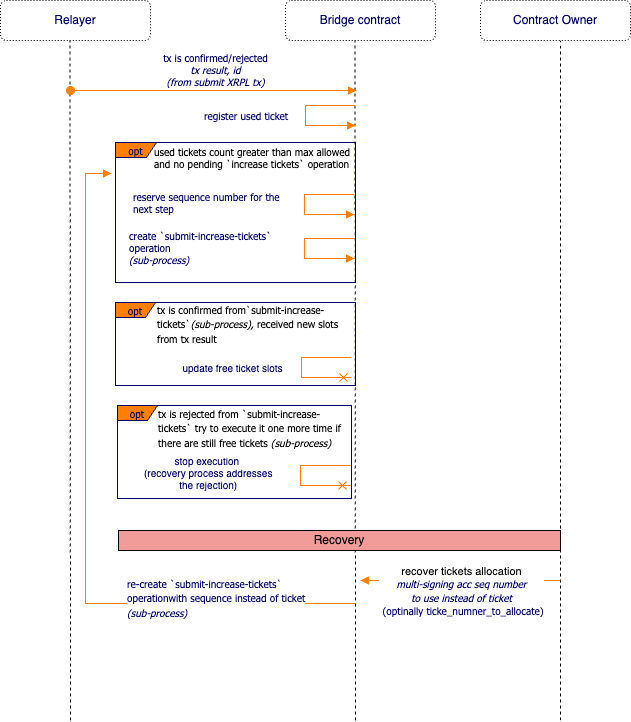
Earlier version of the draw.io export spec/img/allocate-ticket.png (CoreumFoundation/coreumbridge-xrpl). Source tidied: cells renumbered, new cells last; positions are measured from the earlier drawing's top-left corner, leaving out a move shared by most shapes.
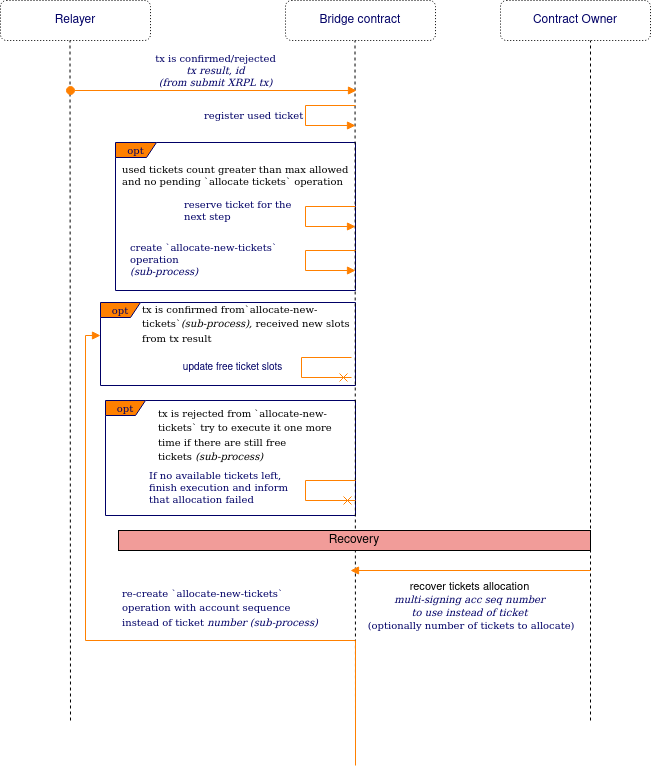
After the change.

Change to the diagram source:
```diff
@@ -3,16 +3,16 @@
     <mxCell id="0" />
     <mxCell id="1" parent="0" />
     <mxCell id="2" value="opt" style="shape=umlFrame;whiteSpace=wrap;html=1;strokeColor=#000066;fillColor=#FF8000;fontFamily=Tahoma;fontSize=10;fontColor=#000066;align=center;width=40;height=15;" parent="1" vertex="1">
-      <mxGeometry x="115" y="302" width="240" height="83" as="geometry" />
+      <mxGeometry x="100" y="302" width="255" height="83" as="geometry" />
     </mxCell>
-    <mxCell id="3" value="&lt;span style=&quot;font-family: Tahoma; font-size: 10px; font-style: normal; font-variant-ligatures: normal; font-variant-caps: normal; font-weight: 400; letter-spacing: normal; orphans: 2; text-align: left; text-indent: 0px; text-transform: none; widows: 2; word-spacing: 0px; -webkit-text-stroke-width: 0px; background-color: rgb(255, 255, 255); text-decoration-thickness: initial; text-decoration-style: initial; text-decoration-color: initial; float: none; display: inline !important;&quot;&gt;tx is confirmed from&lt;/span&gt;&lt;span style=&quot;font-family: Tahoma; font-size: 10px; font-style: normal; font-variant-ligatures: normal; font-variant-caps: normal; font-weight: 400; letter-spacing: normal; orphans: 2; text-align: left; text-indent: 0px; text-transform: none; widows: 2; word-spacing: 0px; -webkit-text-stroke-width: 0px; background-color: rgb(255, 255, 255); text-decoration-thickness: initial; text-decoration-style: initial; text-decoration-color: initial; float: none; display: inline !important;&quot;&gt;`submit-increase-tickets`&lt;/span&gt;&lt;span style=&quot;border-color: var(--border-color); font-family: Tahoma; font-size: 10px; font-style: normal; font-variant-ligatures: normal; font-variant-caps: normal; font-weight: 400; letter-spacing: normal; orphans: 2; text-align: left; text-indent: 0px; text-transform: none; widows: 2; word-spacing: 0px; -webkit-text-stroke-width: 0px; text-decoration-thickness: initial; text-decoration-style: initial; text-decoration-color: initial;&quot;&gt;&lt;i style=&quot;border-color: var(--border-color);&quot;&gt;(sub-process),&amp;nbsp;&lt;/i&gt;received new slots &lt;br&gt;from tx result&lt;/span&gt;" style="text;whiteSpace=wrap;html=1;fontColor=#000000;" parent="1" vertex="1">
-      <mxGeometry x="155" y="296" width="210" height="56" as="geometry" />
+    <mxCell id="3" value="&lt;span style=&quot;font-family: Tahoma; font-size: 10px; font-style: normal; font-variant-ligatures: normal; font-variant-caps: normal; font-weight: 400; letter-spacing: normal; orphans: 2; text-align: left; text-indent: 0px; text-transform: none; widows: 2; word-spacing: 0px; -webkit-text-stroke-width: 0px; background-color: rgb(255, 255, 255); text-decoration-thickness: initial; text-decoration-style: initial; text-decoration-color: initial; float: none; display: inline !important;&quot;&gt;tx is confirmed from&lt;/span&gt;&lt;span style=&quot;font-family: Tahoma; font-size: 10px; font-style: normal; font-variant-ligatures: normal; font-variant-caps: normal; font-weight: 400; letter-spacing: normal; orphans: 2; text-align: left; text-indent: 0px; text-transform: none; widows: 2; word-spacing: 0px; -webkit-text-stroke-width: 0px; background-color: rgb(255, 255, 255); text-decoration-thickness: initial; text-decoration-style: initial; text-decoration-color: initial; float: none; display: inline !important;&quot;&gt;`allocate-new-tickets`&lt;/span&gt;&lt;span style=&quot;border-color: var(--border-color); font-family: Tahoma; font-size: 10px; font-style: normal; font-variant-ligatures: normal; font-variant-caps: normal; font-weight: 400; letter-spacing: normal; orphans: 2; text-align: left; text-indent: 0px; text-transform: none; widows: 2; word-spacing: 0px; -webkit-text-stroke-width: 0px; text-decoration-thickness: initial; text-decoration-style: initial; text-decoration-color: initial;&quot;&gt;&lt;i style=&quot;border-color: var(--border-color);&quot;&gt;(sub-process),&amp;nbsp;&lt;/i&gt;received new slots &lt;br&gt;from tx result&lt;/span&gt;" style="text;whiteSpace=wrap;html=1;fontColor=#000000;" parent="1" vertex="1">
+      <mxGeometry x="140" y="296" width="210" height="56" as="geometry" />
     </mxCell>
     <mxCell id="4" value="opt" style="shape=umlFrame;whiteSpace=wrap;html=1;strokeColor=#000066;fillColor=#FF8000;fontFamily=Tahoma;fontSize=10;fontColor=#000066;align=center;width=40;height=15;" parent="1" vertex="1">
-      <mxGeometry x="117" y="405" width="234" height="93" as="geometry" />
+      <mxGeometry x="105" y="400" width="250" height="115" as="geometry" />
     </mxCell>
     <mxCell id="5" value="opt" style="shape=umlFrame;whiteSpace=wrap;html=1;strokeColor=#000066;fillColor=#FF8000;fontFamily=Tahoma;fontSize=10;fontColor=#000066;align=center;width=41;height=15;" parent="1" vertex="1">
-      <mxGeometry x="115" y="142" width="240" height="140" as="geometry" />
+      <mxGeometry x="115" y="142" width="240" height="148" as="geometry" />
     </mxCell>
     <mxCell id="6" value="Relayer" style="rounded=1;whiteSpace=wrap;html=1;fillColor=none;dashed=1;fontColor=#000066;dashPattern=1 2;" parent="1" vertex="1">
       <mxGeometry width="150" height="40" as="geometry" />
@@ -48,26 +48,26 @@
         </Array>
       </mxGeometry>
     </mxCell>
-    <mxCell id="13" value="&lt;span style=&quot;border-color: var(--border-color);&quot;&gt;&lt;div style=&quot;border-color: var(--border-color); font-family: Helvetica; text-align: center;&quot;&gt;stop execution&amp;nbsp;&lt;/div&gt;&lt;div style=&quot;border-color: var(--border-color); font-family: Helvetica; text-align: center;&quot;&gt;(recovery process addresses &lt;br&gt;the rejection)&lt;/div&gt;&lt;/span&gt;" style="edgeStyle=orthogonalEdgeStyle;html=1;align=left;spacingLeft=2;endArrow=cross;rounded=0;strokeColor=#FF8000;fontFamily=Tahoma;fontSize=10;fontColor=#000066;endFill=0;" parent="1" edge="1">
+    <mxCell id="13" value="If no available tickets left,&lt;br&gt;finish execution and inform&lt;br&gt;that allocation failed" style="edgeStyle=orthogonalEdgeStyle;html=1;align=left;spacingLeft=2;endArrow=cross;rounded=0;strokeColor=#FF8000;fontFamily=Tahoma;fontSize=10;fontColor=#000066;endFill=0;" parent="1" edge="1">
       <mxGeometry x="-0.05" y="-160" relative="1" as="geometry">
-        <mxPoint x="350" y="465" as="sourcePoint" />
-        <mxPoint x="350" y="485" as="targetPoint" />
+        <mxPoint x="355" y="480" as="sourcePoint" />
+        <mxPoint x="355" y="500" as="targetPoint" />
         <Array as="points">
-          <mxPoint x="300" y="465" />
-          <mxPoint x="300" y="485" />
+          <mxPoint x="305" y="480" />
+          <mxPoint x="305" y="500" />
         </Array>
       </mxGeometry>
     </mxCell>
-    <mxCell id="14" value="used tickets count greater than max allowed&lt;br&gt;and no pending `increase tickets` operation" style="text;html=1;align=left;verticalAlign=top;spacingTop=-4;fontSize=10;fontFamily=Tahoma;fontColor=#000000;" parent="1" vertex="1">
-      <mxGeometry x="152" y="143" width="220" height="30" as="geometry" />
+    <mxCell id="14" value="used tickets count greater than max allowed&lt;br&gt;and no pending `allocate tickets` operation" style="text;html=1;align=left;verticalAlign=top;spacingTop=-4;fontSize=10;fontFamily=Tahoma;fontColor=#000000;" parent="1" vertex="1">
+      <mxGeometry x="120" y="160" width="250" height="30" as="geometry" />
     </mxCell>
-    <mxCell id="15" value="create `submit-increase-tickets`&lt;br&gt;operation&lt;br&gt;&lt;i&gt;(sub-process)&lt;/i&gt;" style="edgeStyle=orthogonalEdgeStyle;html=1;align=left;spacingLeft=2;endArrow=block;rounded=0;strokeColor=#FF8000;fontFamily=Tahoma;fontSize=10;fontColor=#000066;endFill=1;" parent="1" edge="1">
+    <mxCell id="15" value="create `allocate-new-tickets`&lt;br&gt;operation&lt;br&gt;&lt;i&gt;(sub-process)&lt;/i&gt;" style="edgeStyle=orthogonalEdgeStyle;html=1;align=left;spacingLeft=2;endArrow=block;rounded=0;strokeColor=#FF8000;fontFamily=Tahoma;fontSize=10;fontColor=#000066;endFill=1;" parent="1" edge="1">
       <mxGeometry x="-0.02" y="-179" relative="1" as="geometry">
-        <mxPoint x="354" y="238" as="sourcePoint" />
-        <mxPoint x="354" y="258" as="targetPoint" />
+        <mxPoint x="355" y="250" as="sourcePoint" />
+        <mxPoint x="355" y="270" as="targetPoint" />
         <Array as="points">
-          <mxPoint x="304" y="238" />
-          <mxPoint x="304" y="258" />
+          <mxPoint x="305" y="250" />
+          <mxPoint x="305" y="270" />
         </Array>
       </mxGeometry>
     </mxCell>
@@ -86,20 +86,20 @@
         <mxPoint x="-66" y="2" as="offset" />
       </mxGeometry>
     </mxCell>
-    <mxCell id="18" value="&lt;span style=&quot;font-family: Tahoma; font-size: 10px; font-style: normal; font-variant-ligatures: normal; font-variant-caps: normal; font-weight: 400; letter-spacing: normal; orphans: 2; text-align: left; text-indent: 0px; text-transform: none; widows: 2; word-spacing: 0px; -webkit-text-stroke-width: 0px; background-color: rgb(255, 255, 255); text-decoration-thickness: initial; text-decoration-style: initial; text-decoration-color: initial; float: none; display: inline !important;&quot;&gt;tx is rejected from&amp;nbsp;&lt;/span&gt;&lt;span style=&quot;font-family: Tahoma; font-size: 10px; font-style: normal; font-variant-ligatures: normal; font-variant-caps: normal; font-weight: 400; letter-spacing: normal; orphans: 2; text-align: left; text-indent: 0px; text-transform: none; widows: 2; word-spacing: 0px; -webkit-text-stroke-width: 0px; background-color: rgb(255, 255, 255); text-decoration-thickness: initial; text-decoration-style: initial; text-decoration-color: initial; float: none; display: inline !important;&quot;&gt;`submit-increase-tickets` try to execute it one more time if there are still free tickets&amp;nbsp;&lt;/span&gt;&lt;span style=&quot;border-color: var(--border-color); font-family: Tahoma; font-size: 10px; font-style: normal; font-variant-ligatures: normal; font-variant-caps: normal; font-weight: 400; letter-spacing: normal; orphans: 2; text-align: left; text-indent: 0px; text-transform: none; widows: 2; word-spacing: 0px; -webkit-text-stroke-width: 0px; text-decoration-thickness: initial; text-decoration-style: initial; text-decoration-color: initial;&quot;&gt;&lt;i style=&quot;border-color: var(--border-color);&quot;&gt;(sub-process)&lt;/i&gt;&lt;/span&gt;" style="text;whiteSpace=wrap;html=1;fontColor=#000000;" parent="1" vertex="1">
+    <mxCell id="18" value="&lt;span style=&quot;font-family: Tahoma; font-size: 10px; font-style: normal; font-variant-ligatures: normal; font-variant-caps: normal; font-weight: 400; letter-spacing: normal; orphans: 2; text-align: left; text-indent: 0px; text-transform: none; widows: 2; word-spacing: 0px; -webkit-text-stroke-width: 0px; background-color: rgb(255, 255, 255); text-decoration-thickness: initial; text-decoration-style: initial; text-decoration-color: initial; float: none; display: inline !important;&quot;&gt;tx is rejected from&amp;nbsp;&lt;/span&gt;&lt;span style=&quot;font-family: Tahoma; font-size: 10px; font-style: normal; font-variant-ligatures: normal; font-variant-caps: normal; font-weight: 400; letter-spacing: normal; orphans: 2; text-align: left; text-indent: 0px; text-transform: none; widows: 2; word-spacing: 0px; -webkit-text-stroke-width: 0px; background-color: rgb(255, 255, 255); text-decoration-thickness: initial; text-decoration-style: initial; text-decoration-color: initial; float: none; display: inline !important;&quot;&gt;`allocate-new-tickets` try to execute it one more time if there are still free tickets&amp;nbsp;&lt;/span&gt;&lt;span style=&quot;border-color: var(--border-color); font-family: Tahoma; font-size: 10px; font-style: normal; font-variant-ligatures: normal; font-variant-caps: normal; font-weight: 400; letter-spacing: normal; orphans: 2; text-align: left; text-indent: 0px; text-transform: none; widows: 2; word-spacing: 0px; -webkit-text-stroke-width: 0px; text-decoration-thickness: initial; text-decoration-style: initial; text-decoration-color: initial;&quot;&gt;&lt;i style=&quot;border-color: var(--border-color);&quot;&gt;(sub-process)&lt;/i&gt;&lt;/span&gt;" style="text;whiteSpace=wrap;html=1;fontColor=#000000;" parent="1" vertex="1">
       <mxGeometry x="156" y="400" width="194" height="38" as="geometry" />
     </mxCell>
     <mxCell id="19" value="Recovery" style="rounded=0;whiteSpace=wrap;html=1;fillColor=#F19C99;" parent="1" vertex="1">
-      <mxGeometry x="118" y="530" width="442" height="20" as="geometry" />
+      <mxGeometry x="118" y="530" width="472" height="20" as="geometry" />
     </mxCell>
     <mxCell id="20" value="&lt;span style=&quot;border-color: var(--border-color); text-align: center;&quot;&gt;&lt;br&gt;&lt;/span&gt;" style="edgeStyle=orthogonalEdgeStyle;html=1;align=left;spacingLeft=2;endArrow=block;rounded=0;strokeColor=#FF8000;fontFamily=Tahoma;fontSize=10;fontColor=#000066;endFill=1;" parent="1" edge="1">
       <mxGeometry x="-1" y="-72" relative="1" as="geometry">
-        <mxPoint x="355" y="603" as="sourcePoint" />
-        <mxPoint x="111" y="173" as="targetPoint" />
+        <mxPoint x="355" y="765" as="sourcePoint" />
+        <mxPoint x="100" y="335" as="targetPoint" />
         <Array as="points">
-          <mxPoint x="355" y="603" />
-          <mxPoint x="85" y="603" />
-          <mxPoint x="85" y="173" />
+          <mxPoint x="355" y="640" />
+          <mxPoint x="85" y="640" />
+          <mxPoint x="85" y="335" />
         </Array>
         <mxPoint x="25" y="4" as="offset" />
       </mxGeometry>
@@ -110,38 +110,38 @@
         <mxPoint x="356" y="90" as="targetPoint" />
       </mxGeometry>
     </mxCell>
-    <mxCell id="22" value="reserve sequence number for the &lt;br&gt;next step" style="edgeStyle=orthogonalEdgeStyle;html=1;align=left;spacingLeft=2;endArrow=block;rounded=0;strokeColor=#FF8000;fontFamily=Tahoma;fontSize=10;fontColor=#000066;endFill=1;" parent="1" edge="1">
-      <mxGeometry x="-0.03" y="-175" relative="1" as="geometry">
-        <mxPoint x="354" y="194" as="sourcePoint" />
-        <mxPoint x="354" y="214" as="targetPoint" />
+    <mxCell id="22" value="reserve ticket for the &lt;br&gt;next step" style="edgeStyle=orthogonalEdgeStyle;html=1;align=left;spacingLeft=2;endArrow=block;rounded=0;strokeColor=#FF8000;fontFamily=Tahoma;fontSize=10;fontColor=#000066;endFill=1;" parent="1" edge="1">
+      <mxGeometry x="-0.1" y="-125" relative="1" as="geometry">
+        <mxPoint x="355" y="206" as="sourcePoint" />
+        <mxPoint x="355" y="226" as="targetPoint" />
         <Array as="points">
-          <mxPoint x="304" y="194" />
-          <mxPoint x="304" y="214" />
+          <mxPoint x="305" y="206" />
+          <mxPoint x="305" y="226" />
         </Array>
       </mxGeometry>
     </mxCell>
     <mxCell id="23" style="endArrow=none;dashed=1;html=1;rounded=0;" parent="1" edge="1">
       <mxGeometry relative="1" as="geometry">
-        <mxPoint x="560" y="720" as="sourcePoint" />
-        <mxPoint x="560" y="40" as="targetPoint" />
+        <mxPoint x="590" y="720" as="sourcePoint" />
+        <mxPoint x="590" y="40" as="targetPoint" />
       </mxGeometry>
     </mxCell>
     <mxCell id="24" value="Contract Owner" style="rounded=1;whiteSpace=wrap;html=1;fillColor=none;dashed=1;fontColor=#000066;dashPattern=1 2;" parent="1" vertex="1">
-      <mxGeometry x="480" width="150" height="40" as="geometry" />
+      <mxGeometry x="500" width="150" height="40" as="geometry" />
     </mxCell>
     <mxCell id="25" style="edgeStyle=orthogonalEdgeStyle;html=1;align=left;spacingLeft=2;endArrow=block;rounded=0;strokeColor=#FF8000;fontFamily=Tahoma;fontSize=10;fontColor=#000066;endFill=1;" parent="1" edge="1">
       <mxGeometry relative="1" as="geometry">
-        <mxPoint x="560" y="580" as="sourcePoint" />
-        <mxPoint x="360" y="580" as="targetPoint" />
+        <mxPoint x="590" y="570" as="sourcePoint" />
+        <mxPoint x="350" y="570" as="targetPoint" />
       </mxGeometry>
     </mxCell>
-    <mxCell id="26" value="recover tickets allocation&lt;br style=&quot;border-color: var(--border-color); color: rgb(0, 0, 102); font-family: Tahoma; font-size: 10px;&quot;&gt;&lt;i style=&quot;border-color: var(--border-color); color: rgb(0, 0, 102); font-family: Tahoma; font-size: 10px;&quot;&gt;multi-signing acc seq number&lt;br style=&quot;border-color: var(--border-color);&quot;&gt;to use instead of ticket&lt;/i&gt;&lt;br style=&quot;border-color: var(--border-color); color: rgb(0, 0, 102); font-family: Tahoma; font-size: 10px;&quot;&gt;&lt;span style=&quot;border-color: var(--border-color); color: rgb(0, 0, 102); font-family: Tahoma; font-size: 10px;&quot;&gt;&amp;nbsp;(optinally ticke_numner_to_allocate)&lt;/span&gt;" style="edgeLabel;html=1;align=center;verticalAlign=middle;" parent="25" vertex="1">
+    <mxCell id="26" value="recover tickets allocation&lt;br style=&quot;border-color: var(--border-color); color: rgb(0, 0, 102); font-family: Tahoma; font-size: 10px;&quot;&gt;&lt;i style=&quot;border-color: var(--border-color); color: rgb(0, 0, 102); font-family: Tahoma; font-size: 10px;&quot;&gt;multi-signing acc seq number&lt;br style=&quot;border-color: var(--border-color);&quot;&gt;to use instead of ticket&lt;/i&gt;&lt;br style=&quot;border-color: var(--border-color); color: rgb(0, 0, 102); font-family: Tahoma; font-size: 10px;&quot;&gt;&lt;span style=&quot;border-color: var(--border-color); color: rgb(0, 0, 102); font-family: Tahoma; font-size: 10px;&quot;&gt;&amp;nbsp;(optionally number of tickets to allocate)&lt;/span&gt;" style="edgeLabel;html=1;align=center;verticalAlign=middle;" parent="25" vertex="1">
       <mxGeometry x="0.36" relative="1" as="geometry">
-        <mxPoint x="36" y="10" as="offset" />
+        <mxPoint x="41" y="35" as="offset" />
       </mxGeometry>
     </mxCell>
-    <mxCell id="27" value="&lt;span style=&quot;border-color: var(--border-color); font-style: normal; font-variant-ligatures: normal; font-variant-caps: normal; font-weight: 400; letter-spacing: normal; orphans: 2; text-indent: 0px; text-transform: none; widows: 2; word-spacing: 0px; -webkit-text-stroke-width: 0px; text-decoration-thickness: initial; text-decoration-style: initial; text-decoration-color: initial; color: rgb(0, 0, 102); font-family: Tahoma; font-size: 10px; text-align: center; background-color: rgb(255, 255, 255); float: none; display: inline !important;&quot;&gt;re-create `submit-increase-tickets`&amp;nbsp;&lt;br style=&quot;border-color: var(--border-color);&quot;&gt;&lt;/span&gt;&lt;span style=&quot;border-color: var(--border-color); font-style: normal; font-variant-ligatures: normal; font-variant-caps: normal; font-weight: 400; letter-spacing: normal; orphans: 2; text-align: left; text-indent: 0px; text-transform: none; widows: 2; word-spacing: 0px; -webkit-text-stroke-width: 0px; text-decoration-thickness: initial; text-decoration-style: initial; text-decoration-color: initial; color: rgb(0, 0, 102); font-family: Tahoma; font-size: 10px; background-color: rgb(255, 255, 255);&quot;&gt;operationwith sequence instead of ticket&lt;br style=&quot;border-color: var(--border-color);&quot;&gt;&lt;/span&gt;&lt;i style=&quot;border-color: var(--border-color); font-variant-ligatures: normal; font-variant-caps: normal; font-weight: 400; letter-spacing: normal; orphans: 2; text-align: left; text-indent: 0px; text-transform: none; widows: 2; word-spacing: 0px; -webkit-text-stroke-width: 0px; text-decoration-thickness: initial; text-decoration-style: initial; text-decoration-color: initial; color: rgb(0, 0, 102); font-family: Tahoma; font-size: 10px; background-color: rgb(255, 255, 255);&quot;&gt;(sub-process)&lt;/i&gt;" style="text;whiteSpace=wrap;html=1;" parent="1" vertex="1">
-      <mxGeometry x="125" y="570" width="210" height="70" as="geometry" />
+    <mxCell id="27" value="&lt;span style=&quot;border-color: var(--border-color); font-style: normal; font-variant-ligatures: normal; font-variant-caps: normal; font-weight: 400; letter-spacing: normal; orphans: 2; text-indent: 0px; text-transform: none; widows: 2; word-spacing: 0px; -webkit-text-stroke-width: 0px; text-decoration-thickness: initial; text-decoration-style: initial; text-decoration-color: initial; color: rgb(0, 0, 102); font-family: Tahoma; font-size: 10px; text-align: center; background-color: rgb(255, 255, 255); float: none; display: inline !important;&quot;&gt;re-create `allocate-new-tickets`&amp;nbsp;&lt;br style=&quot;border-color: var(--border-color);&quot;&gt;&lt;/span&gt;&lt;span style=&quot;border-color: var(--border-color); font-style: normal; font-variant-ligatures: normal; font-variant-caps: normal; font-weight: 400; letter-spacing: normal; orphans: 2; text-align: left; text-indent: 0px; text-transform: none; widows: 2; word-spacing: 0px; -webkit-text-stroke-width: 0px; text-decoration-thickness: initial; text-decoration-style: initial; text-decoration-color: initial; color: rgb(0, 0, 102); font-family: Tahoma; font-size: 10px; background-color: rgb(255, 255, 255);&quot;&gt;operation with account sequence instead of ticket&lt;/span&gt;&lt;i style=&quot;border-color: var(--border-color); font-variant-ligatures: normal; font-variant-caps: normal; font-weight: 400; letter-spacing: normal; orphans: 2; text-align: left; text-indent: 0px; text-transform: none; widows: 2; word-spacing: 0px; -webkit-text-stroke-width: 0px; text-decoration-thickness: initial; text-decoration-style: initial; text-decoration-color: initial; color: rgb(0, 0, 102); font-family: Tahoma; font-size: 10px; background-color: rgb(255, 255, 255);&quot;&gt; number (sub-process)&lt;/i&gt;" style="text;whiteSpace=wrap;html=1;" parent="1" vertex="1">
+      <mxGeometry x="120" y="580" width="210" height="70" as="geometry" />
     </mxCell>
   </root>
 </mxGraphModel>
```
